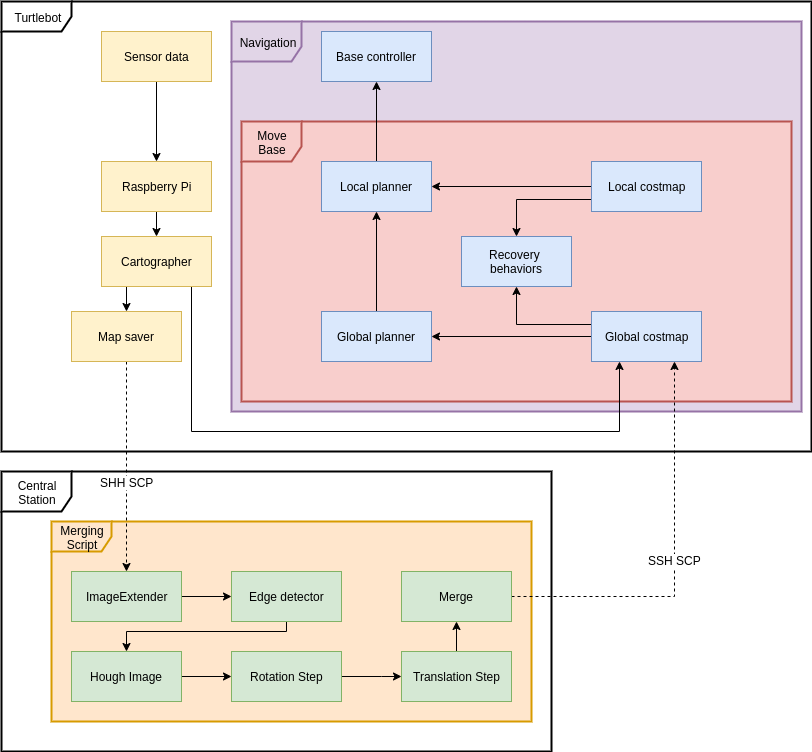
The draw.io diagram images/Final_design.png in D7039E-E7032E/Project-Report, before a commit. Source tidied: cells renumbered, new cells last; positions are measured from the earlier drawing's top-left corner, leaving out a move shared by most shapes. Source of this version:
```xml
<mxGraphModel>
  <root>
    <mxCell id="0" />
    <mxCell id="1" parent="0" />
    <mxCell id="2" value="Central Station" style="shape=umlFrame;whiteSpace=wrap;html=1;strokeWidth=2;width=70;height=40;" parent="1" vertex="1">
      <mxGeometry y="470" width="550" height="280" as="geometry" />
    </mxCell>
    <mxCell id="3" value="Merging Script" style="shape=umlFrame;whiteSpace=wrap;html=1;strokeWidth=2;fillColor=#ffe6cc;strokeColor=#d79b00;swimlaneFillColor=#FFE6CC;" parent="1" vertex="1">
      <mxGeometry x="50" y="520" width="480" height="200" as="geometry" />
    </mxCell>
    <mxCell id="4" value="Navigation" style="shape=umlFrame;whiteSpace=wrap;html=1;strokeWidth=2;width=70;height=40;fillColor=#e1d5e7;strokeColor=#9673a6;backgroundColor=#9673a6;swimlaneFillColor=#E1D5E7;backgroundOutline=0;shadow=0;comic=0;" parent="1" vertex="1">
      <mxGeometry x="230" y="20" width="570" height="390" as="geometry" />
    </mxCell>
    <mxCell id="5" value="Move Base" style="shape=umlFrame;whiteSpace=wrap;html=1;strokeWidth=2;width=60;height=40;fillColor=#f8cecc;strokeColor=#b85450;swimlaneFillColor=#F8CECC;" parent="1" vertex="1">
      <mxGeometry x="240" y="120" width="550" height="280" as="geometry" />
    </mxCell>
    <mxCell id="6" value="&lt;div&gt;Turtlebot&lt;/div&gt;" style="shape=umlFrame;whiteSpace=wrap;html=1;strokeWidth=2;width=70;height=30;" parent="1" vertex="1">
      <mxGeometry width="810" height="450" as="geometry" />
    </mxCell>
    <mxCell id="7" style="edgeStyle=orthogonalEdgeStyle;rounded=0;jettySize=auto;html=1;exitX=0.5;exitY=1;exitDx=0;exitDy=0;entryX=0.5;entryY=0;entryDx=0;entryDy=0;" parent="1" edge="1" source="8" target="10">
      <mxGeometry relative="1" as="geometry" />
    </mxCell>
    <mxCell id="8" value="Sensor data" style="html=1;strokeWidth=1;fillColor=#fff2cc;strokeColor=#d6b656;" parent="1" vertex="1">
      <mxGeometry x="100" y="30" width="110" height="50" as="geometry" />
    </mxCell>
    <mxCell id="9" style="edgeStyle=orthogonalEdgeStyle;rounded=0;jettySize=auto;html=1;" parent="1" edge="1" source="10" target="15">
      <mxGeometry relative="1" as="geometry" />
    </mxCell>
    <mxCell id="10" value="Raspberry Pi" style="html=1;strokeWidth=1;fillColor=#fff2cc;strokeColor=#d6b656;" parent="1" vertex="1">
      <mxGeometry x="100" y="160" width="110" height="50" as="geometry" />
    </mxCell>
    <mxCell id="11" style="edgeStyle=orthogonalEdgeStyle;rounded=0;jettySize=auto;html=1;exitX=0.5;exitY=1;exitDx=0;exitDy=0;dashed=1;" parent="1" edge="1" source="32" target="17">
      <mxGeometry relative="1" as="geometry">
        <Array as="points">
          <mxPoint x="125" y="360" />
        </Array>
      </mxGeometry>
    </mxCell>
    <mxCell id="12" value="SHH SCP" style="text;html=1;align=center;verticalAlign=middle;labelBackgroundColor=#ffffff;" parent="11" vertex="1">
      <mxGeometry x="-0.05" y="-10" relative="1" as="geometry">
        <mxPoint x="10" y="20" as="offset" />
      </mxGeometry>
    </mxCell>
    <mxCell id="13" style="edgeStyle=orthogonalEdgeStyle;rounded=0;jettySize=auto;html=1;exitX=0.75;exitY=1;exitDx=0;exitDy=0;entryX=0.25;entryY=1;entryDx=0;entryDy=0;" parent="1" edge="1" source="15" target="31">
      <mxGeometry relative="1" as="geometry">
        <Array as="points">
          <mxPoint x="190" y="285" />
          <mxPoint x="190" y="430" />
          <mxPoint x="618" y="430" />
        </Array>
      </mxGeometry>
    </mxCell>
    <mxCell id="14" style="edgeStyle=orthogonalEdgeStyle;rounded=0;jettySize=auto;html=1;exitX=0.25;exitY=1;exitDx=0;exitDy=0;entryX=0.5;entryY=0;entryDx=0;entryDy=0;" parent="1" edge="1" source="15" target="32">
      <mxGeometry relative="1" as="geometry">
        <Array as="points">
          <mxPoint x="128" y="260" />
          <mxPoint x="125" y="260" />
        </Array>
      </mxGeometry>
    </mxCell>
    <mxCell id="15" value="Cartographer" style="html=1;strokeWidth=1;fillColor=#fff2cc;strokeColor=#d6b656;" parent="1" vertex="1">
      <mxGeometry x="100" y="235" width="110" height="50" as="geometry" />
    </mxCell>
    <mxCell id="16" style="edgeStyle=orthogonalEdgeStyle;rounded=0;jettySize=auto;html=1;exitX=1;exitY=0.5;exitDx=0;exitDy=0;entryX=0;entryY=0.5;entryDx=0;entryDy=0;" parent="1" edge="1" source="17" target="34">
      <mxGeometry relative="1" as="geometry" />
    </mxCell>
    <mxCell id="17" value="ImageExtender" style="html=1;strokeWidth=1;fillColor=#d5e8d4;strokeColor=#82b366;" parent="1" vertex="1">
      <mxGeometry x="70" y="570" width="110" height="50" as="geometry" />
    </mxCell>
    <mxCell id="18" value="SSH SCP" style="edgeStyle=orthogonalEdgeStyle;rounded=0;jettySize=auto;html=1;exitX=1;exitY=0.5;exitDx=0;exitDy=0;entryX=0.75;entryY=1;entryDx=0;entryDy=0;dashed=1;fontSize=12;" parent="1" edge="1" source="19" target="31">
      <mxGeometry relative="1" as="geometry" />
    </mxCell>
    <mxCell id="19" value="Merge" style="html=1;strokeWidth=1;fillColor=#d5e8d4;strokeColor=#82b366;" parent="1" vertex="1">
      <mxGeometry x="400" y="570" width="110" height="50" as="geometry" />
    </mxCell>
    <mxCell id="20" value="Base controller" style="html=1;strokeWidth=1;fillColor=#dae8fc;strokeColor=#6c8ebf;" parent="1" vertex="1">
      <mxGeometry x="320" y="30" width="110" height="50" as="geometry" />
    </mxCell>
    <mxCell id="21" style="edgeStyle=orthogonalEdgeStyle;rounded=0;jettySize=auto;html=1;exitX=0.5;exitY=0;exitDx=0;exitDy=0;entryX=0.5;entryY=1;entryDx=0;entryDy=0;" parent="1" edge="1" source="22" target="20">
      <mxGeometry relative="1" as="geometry" />
    </mxCell>
    <mxCell id="22" value="Local planner" style="html=1;strokeWidth=1;fillColor=#dae8fc;strokeColor=#6c8ebf;" parent="1" vertex="1">
      <mxGeometry x="320" y="160" width="110" height="50" as="geometry" />
    </mxCell>
    <mxCell id="23" style="edgeStyle=orthogonalEdgeStyle;rounded=0;jettySize=auto;html=1;entryX=1;entryY=0.5;entryDx=0;entryDy=0;" parent="1" edge="1" source="25" target="22">
      <mxGeometry relative="1" as="geometry" />
    </mxCell>
    <mxCell id="24" style="edgeStyle=orthogonalEdgeStyle;rounded=0;jettySize=auto;html=1;exitX=0;exitY=0.75;exitDx=0;exitDy=0;entryX=0.5;entryY=0;entryDx=0;entryDy=0;" parent="1" edge="1" source="25" target="26">
      <mxGeometry relative="1" as="geometry" />
    </mxCell>
    <mxCell id="25" value="Local costmap" style="html=1;strokeWidth=1;fillColor=#dae8fc;strokeColor=#6c8ebf;" parent="1" vertex="1">
      <mxGeometry x="590" y="160" width="110" height="50" as="geometry" />
    </mxCell>
    <mxCell id="26" value="&lt;div&gt;Recovery &lt;br&gt;&lt;/div&gt;&lt;div&gt;behaviors&lt;/div&gt;" style="html=1;strokeWidth=1;fillColor=#dae8fc;strokeColor=#6c8ebf;" parent="1" vertex="1">
      <mxGeometry x="460" y="235" width="110" height="50" as="geometry" />
    </mxCell>
    <mxCell id="27" style="edgeStyle=orthogonalEdgeStyle;rounded=0;jettySize=auto;html=1;exitX=0.5;exitY=0;exitDx=0;exitDy=0;entryX=0.5;entryY=1;entryDx=0;entryDy=0;" parent="1" edge="1" source="28" target="22">
      <mxGeometry relative="1" as="geometry" />
    </mxCell>
    <mxCell id="28" value="Global planner" style="html=1;strokeWidth=1;fillColor=#dae8fc;strokeColor=#6c8ebf;" parent="1" vertex="1">
      <mxGeometry x="320" y="310" width="110" height="50" as="geometry" />
    </mxCell>
    <mxCell id="29" style="edgeStyle=orthogonalEdgeStyle;rounded=0;jettySize=auto;html=1;exitX=0;exitY=0.25;exitDx=0;exitDy=0;entryX=0.5;entryY=1;entryDx=0;entryDy=0;" parent="1" edge="1" source="31" target="26">
      <mxGeometry relative="1" as="geometry" />
    </mxCell>
    <mxCell id="30" style="edgeStyle=orthogonalEdgeStyle;rounded=0;jettySize=auto;html=1;exitX=0;exitY=0.5;exitDx=0;exitDy=0;entryX=1;entryY=0.5;entryDx=0;entryDy=0;" parent="1" edge="1" source="31" target="28">
      <mxGeometry relative="1" as="geometry" />
    </mxCell>
    <mxCell id="31" value="Global costmap" style="html=1;strokeWidth=1;fillColor=#dae8fc;strokeColor=#6c8ebf;" parent="1" vertex="1">
      <mxGeometry x="590" y="310" width="110" height="50" as="geometry" />
    </mxCell>
    <mxCell id="32" value="Map saver" style="html=1;shadow=0;comic=0;strokeWidth=1;fontSize=12;fillColor=#fff2cc;strokeColor=#d6b656;" parent="1" vertex="1">
      <mxGeometry x="70" y="310" width="110" height="50" as="geometry" />
    </mxCell>
    <mxCell id="33" style="edgeStyle=orthogonalEdgeStyle;rounded=0;jettySize=auto;html=1;exitX=0.5;exitY=1;exitDx=0;exitDy=0;entryX=0.5;entryY=0;entryDx=0;entryDy=0;" parent="1" edge="1" source="34" target="36">
      <mxGeometry relative="1" as="geometry">
        <Array as="points">
          <mxPoint x="285" y="630" />
          <mxPoint x="125" y="630" />
        </Array>
      </mxGeometry>
    </mxCell>
    <mxCell id="34" value="Edge detector" style="html=1;strokeWidth=1;fillColor=#d5e8d4;strokeColor=#82b366;" parent="1" vertex="1">
      <mxGeometry x="230" y="570" width="110" height="50" as="geometry" />
    </mxCell>
    <mxCell id="35" style="edgeStyle=orthogonalEdgeStyle;rounded=0;jettySize=auto;html=1;exitX=1;exitY=0.5;exitDx=0;exitDy=0;entryX=0;entryY=0.5;entryDx=0;entryDy=0;" parent="1" edge="1" source="36" target="38">
      <mxGeometry relative="1" as="geometry" />
    </mxCell>
    <mxCell id="36" value="Hough Image" style="html=1;strokeWidth=1;fillColor=#d5e8d4;strokeColor=#82b366;" parent="1" vertex="1">
      <mxGeometry x="70" y="650" width="110" height="50" as="geometry" />
    </mxCell>
    <mxCell id="37" style="edgeStyle=orthogonalEdgeStyle;rounded=0;jettySize=auto;html=1;exitX=1;exitY=0.5;exitDx=0;exitDy=0;entryX=0;entryY=0.5;entryDx=0;entryDy=0;" parent="1" edge="1" source="38" target="40">
      <mxGeometry relative="1" as="geometry">
        <Array as="points">
          <mxPoint x="380" y="675" />
          <mxPoint x="380" y="675" />
        </Array>
      </mxGeometry>
    </mxCell>
    <mxCell id="38" value="Rotation Step" style="html=1;strokeWidth=1;fillColor=#d5e8d4;strokeColor=#82b366;" parent="1" vertex="1">
      <mxGeometry x="230" y="650" width="110" height="50" as="geometry" />
    </mxCell>
    <mxCell id="39" style="edgeStyle=orthogonalEdgeStyle;rounded=0;jettySize=auto;html=1;exitX=0.5;exitY=0;exitDx=0;exitDy=0;entryX=0.5;entryY=1;entryDx=0;entryDy=0;" parent="1" edge="1" source="40" target="19">
      <mxGeometry relative="1" as="geometry" />
    </mxCell>
    <mxCell id="40" value="Translation Step" style="html=1;strokeWidth=1;fillColor=#d5e8d4;strokeColor=#82b366;" parent="1" vertex="1">
      <mxGeometry x="400" y="650" width="110" height="50" as="geometry" />
    </mxCell>
  </root>
</mxGraphModel>
```
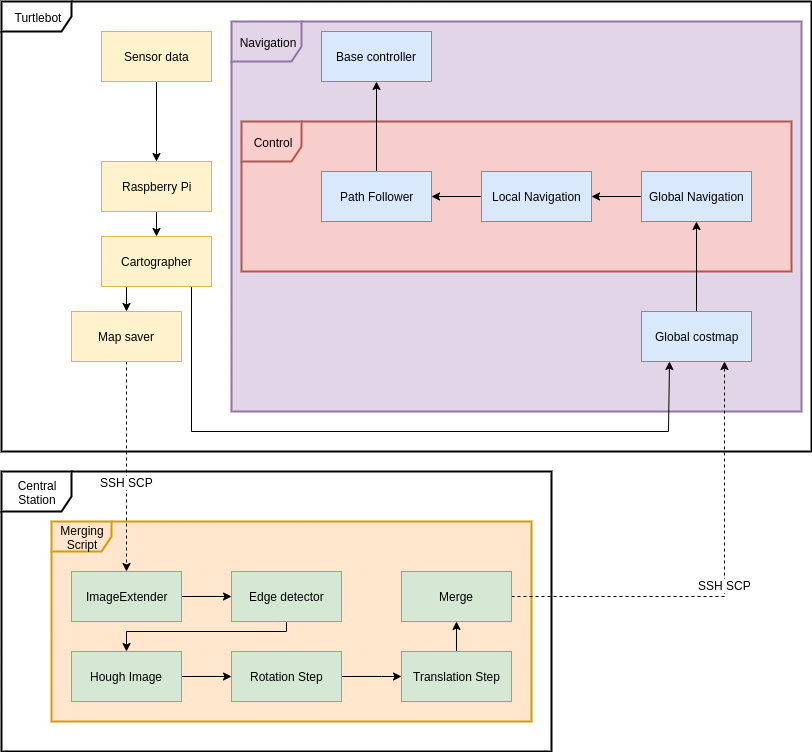
After the change.

Diff of the diagram source:
```diff
@@ -11,9 +11,9 @@
     <mxCell id="4" value="Navigation" style="shape=umlFrame;whiteSpace=wrap;html=1;strokeWidth=2;width=70;height=40;fillColor=#e1d5e7;strokeColor=#9673a6;backgroundColor=#9673a6;swimlaneFillColor=#E1D5E7;backgroundOutline=0;shadow=0;comic=0;" parent="1" vertex="1">
       <mxGeometry x="230" y="20" width="570" height="390" as="geometry" />
     </mxCell>
-    <mxCell id="5" value="Move Base" style="shape=umlFrame;whiteSpace=wrap;html=1;strokeWidth=2;width=60;height=40;fillColor=#f8cecc;strokeColor=#b85450;swimlaneFillColor=#F8CECC;" parent="1" vertex="1">
-      <mxGeometry x="240" y="120" width="550" height="280" as="geometry" />
-    </mxCell>
+    <mxCell id="41" value="Control" style="shape=umlFrame;whiteSpace=wrap;html=1;strokeWidth=2;width=60;height=40;fillColor=#f8cecc;strokeColor=#b85450;swimlaneFillColor=#F8CECC;" parent="1" vertex="1">
+      <mxGeometry x="240" y="120" width="550" height="150" as="geometry" />
+    </mxCell>
     <mxCell id="6" value="&lt;div&gt;Turtlebot&lt;/div&gt;" style="shape=umlFrame;whiteSpace=wrap;html=1;strokeWidth=2;width=70;height=30;" parent="1" vertex="1">
       <mxGeometry width="810" height="450" as="geometry" />
     </mxCell>
@@ -36,17 +36,17 @@
         </Array>
       </mxGeometry>
     </mxCell>
-    <mxCell id="12" value="SHH SCP" style="text;html=1;align=center;verticalAlign=middle;labelBackgroundColor=#ffffff;" parent="11" vertex="1">
-      <mxGeometry x="-0.05" y="-10" relative="1" as="geometry">
-        <mxPoint x="10" y="20" as="offset" />
-      </mxGeometry>
-    </mxCell>
+    <mxCell id="42" value="SSH SCP" style="text;html=1;align=center;verticalAlign=middle;labelBackgroundColor=#ffffff;" parent="11" vertex="1">
+      <mxGeometry x="-0.05" y="-10" relative="1" as="geometry">
+        <mxPoint x="10" y="20" as="offset" />
+      </mxGeometry>
+    </mxCell>
     <mxCell id="13" style="edgeStyle=orthogonalEdgeStyle;rounded=0;jettySize=auto;html=1;exitX=0.75;exitY=1;exitDx=0;exitDy=0;entryX=0.25;entryY=1;entryDx=0;entryDy=0;" parent="1" edge="1" source="15" target="31">
       <mxGeometry relative="1" as="geometry">
         <Array as="points">
           <mxPoint x="190" y="285" />
           <mxPoint x="190" y="430" />
-          <mxPoint x="618" y="430" />
+          <mxPoint x="667" y="430" />
         </Array>
       </mxGeometry>
     </mxCell>
@@ -76,38 +76,23 @@
     <mxCell id="20" value="Base controller" style="html=1;strokeWidth=1;fillColor=#dae8fc;strokeColor=#6c8ebf;" parent="1" vertex="1">
       <mxGeometry x="320" y="30" width="110" height="50" as="geometry" />
     </mxCell>
-    <mxCell id="21" style="edgeStyle=orthogonalEdgeStyle;rounded=0;jettySize=auto;html=1;exitX=0.5;exitY=0;exitDx=0;exitDy=0;entryX=0.5;entryY=1;entryDx=0;entryDy=0;" parent="1" edge="1" source="22" target="20">
-      <mxGeometry relative="1" as="geometry" />
-    </mxCell>
-    <mxCell id="22" value="Local planner" style="html=1;strokeWidth=1;fillColor=#dae8fc;strokeColor=#6c8ebf;" parent="1" vertex="1">
-      <mxGeometry x="320" y="160" width="110" height="50" as="geometry" />
-    </mxCell>
-    <mxCell id="23" style="edgeStyle=orthogonalEdgeStyle;rounded=0;jettySize=auto;html=1;entryX=1;entryY=0.5;entryDx=0;entryDy=0;" parent="1" edge="1" source="25" target="22">
-      <mxGeometry relative="1" as="geometry" />
-    </mxCell>
-    <mxCell id="24" style="edgeStyle=orthogonalEdgeStyle;rounded=0;jettySize=auto;html=1;exitX=0;exitY=0.75;exitDx=0;exitDy=0;entryX=0.5;entryY=0;entryDx=0;entryDy=0;" parent="1" edge="1" source="25" target="26">
-      <mxGeometry relative="1" as="geometry" />
-    </mxCell>
-    <mxCell id="25" value="Local costmap" style="html=1;strokeWidth=1;fillColor=#dae8fc;strokeColor=#6c8ebf;" parent="1" vertex="1">
-      <mxGeometry x="590" y="160" width="110" height="50" as="geometry" />
-    </mxCell>
-    <mxCell id="26" value="&lt;div&gt;Recovery &lt;br&gt;&lt;/div&gt;&lt;div&gt;behaviors&lt;/div&gt;" style="html=1;strokeWidth=1;fillColor=#dae8fc;strokeColor=#6c8ebf;" parent="1" vertex="1">
-      <mxGeometry x="460" y="235" width="110" height="50" as="geometry" />
-    </mxCell>
-    <mxCell id="27" style="edgeStyle=orthogonalEdgeStyle;rounded=0;jettySize=auto;html=1;exitX=0.5;exitY=0;exitDx=0;exitDy=0;entryX=0.5;entryY=1;entryDx=0;entryDy=0;" parent="1" edge="1" source="28" target="22">
-      <mxGeometry relative="1" as="geometry" />
-    </mxCell>
-    <mxCell id="28" value="Global planner" style="html=1;strokeWidth=1;fillColor=#dae8fc;strokeColor=#6c8ebf;" parent="1" vertex="1">
-      <mxGeometry x="320" y="310" width="110" height="50" as="geometry" />
-    </mxCell>
-    <mxCell id="29" style="edgeStyle=orthogonalEdgeStyle;rounded=0;jettySize=auto;html=1;exitX=0;exitY=0.25;exitDx=0;exitDy=0;entryX=0.5;entryY=1;entryDx=0;entryDy=0;" parent="1" edge="1" source="31" target="26">
-      <mxGeometry relative="1" as="geometry" />
-    </mxCell>
-    <mxCell id="30" style="edgeStyle=orthogonalEdgeStyle;rounded=0;jettySize=auto;html=1;exitX=0;exitY=0.5;exitDx=0;exitDy=0;entryX=1;entryY=0.5;entryDx=0;entryDy=0;" parent="1" edge="1" source="31" target="28">
-      <mxGeometry relative="1" as="geometry" />
-    </mxCell>
+    <mxCell id="43" style="edgeStyle=orthogonalEdgeStyle;rounded=0;jettySize=auto;html=1;" parent="1" edge="1" source="44" target="49">
+      <mxGeometry relative="1" as="geometry" />
+    </mxCell>
+    <mxCell id="44" value="Local Navigation" style="html=1;strokeWidth=1;fillColor=#dae8fc;strokeColor=#6c8ebf;" parent="1" vertex="1">
+      <mxGeometry x="480" y="170" width="110" height="50" as="geometry" />
+    </mxCell>
+    <mxCell id="45" style="edgeStyle=orthogonalEdgeStyle;rounded=0;jettySize=auto;html=1;" parent="1" edge="1" source="46" target="44">
+      <mxGeometry relative="1" as="geometry" />
+    </mxCell>
+    <mxCell id="46" value="Global Navigation" style="html=1;strokeWidth=1;fillColor=#dae8fc;strokeColor=#6c8ebf;" parent="1" vertex="1">
+      <mxGeometry x="640" y="170" width="110" height="50" as="geometry" />
+    </mxCell>
+    <mxCell id="47" style="edgeStyle=orthogonalEdgeStyle;rounded=0;jettySize=auto;html=1;entryX=0.5;entryY=1;entryDx=0;entryDy=0;" parent="1" edge="1" source="31" target="46">
+      <mxGeometry relative="1" as="geometry" />
+    </mxCell>
     <mxCell id="31" value="Global costmap" style="html=1;strokeWidth=1;fillColor=#dae8fc;strokeColor=#6c8ebf;" parent="1" vertex="1">
-      <mxGeometry x="590" y="310" width="110" height="50" as="geometry" />
+      <mxGeometry x="640" y="310" width="110" height="50" as="geometry" />
     </mxCell>
     <mxCell id="32" value="Map saver" style="html=1;shadow=0;comic=0;strokeWidth=1;fontSize=12;fillColor=#fff2cc;strokeColor=#d6b656;" parent="1" vertex="1">
       <mxGeometry x="70" y="310" width="110" height="50" as="geometry" />
@@ -146,5 +131,11 @@
     <mxCell id="40" value="Translation Step" style="html=1;strokeWidth=1;fillColor=#d5e8d4;strokeColor=#82b366;" parent="1" vertex="1">
       <mxGeometry x="400" y="650" width="110" height="50" as="geometry" />
     </mxCell>
+    <mxCell id="48" style="edgeStyle=orthogonalEdgeStyle;rounded=0;jettySize=auto;html=1;entryX=0.5;entryY=1;entryDx=0;entryDy=0;" parent="1" edge="1" source="49" target="20">
+      <mxGeometry relative="1" as="geometry" />
+    </mxCell>
+    <mxCell id="49" value="Path Follower" style="html=1;strokeWidth=1;fillColor=#dae8fc;strokeColor=#6c8ebf;" parent="1" vertex="1">
+      <mxGeometry x="320" y="170" width="110" height="50" as="geometry" />
+    </mxCell>
   </root>
 </mxGraphModel>
```
